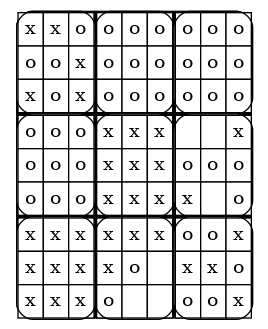
Earlier version of the Graphviz export output.png (JetMagpie/FilRouge_Super_Morpion). Its source is kept beside it as output.dot.
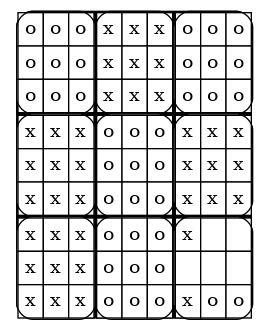
Later version of the same file.

Change to the diagram source:
```diff
@@ -2,62 +2,6 @@
   node [shape=none];
   a0 [label=<
   <TABLE border="0" cellspacing="0" cellpadding="0" style="rounded" bgcolor="black">
-    <TR>
-      <TD><TABLE border="1" cellspacing="0" cellpadding="4" style="rounded" bgcolor="white">
-  <TR>
-<TD bgcolor="white">x</TD>
-<TD bgcolor="white">x</TD>
-<TD bgcolor="white">o</TD>
-  </TR>
-  <TR>
-<TD bgcolor="white">o</TD>
-<TD bgcolor="white">o</TD>
-<TD bgcolor="white">x</TD>
-  </TR>
-  <TR>
-<TD bgcolor="white">x</TD>
-<TD bgcolor="white">o</TD>
-<TD bgcolor="white">x</TD>
-  </TR>
-</TABLE>
-</TD>
-      <TD><TABLE border="1" cellspacing="0" cellpadding="4" style="rounded" bgcolor="white">
-  <TR>
-<TD bgcolor="white">o</TD>
-<TD bgcolor="white">o</TD>
-<TD bgcolor="white">o</TD>
-  </TR>
-  <TR>
-<TD bgcolor="white">o</TD>
-<TD bgcolor="white">o</TD>
-<TD bgcolor="white">o</TD>
-  </TR>
-  <TR>
-<TD bgcolor="white">o</TD>
-<TD bgcolor="white">o</TD>
-<TD bgcolor="white">o</TD>
-  </TR>
-</TABLE>
-</TD>
-      <TD><TABLE border="1" cellspacing="0" cellpadding="4" style="rounded" bgcolor="white">
-  <TR>
-<TD bgcolor="white">o</TD>
-<TD bgcolor="white">o</TD>
-<TD bgcolor="white">o</TD>
-  </TR>
-  <TR>
-<TD bgcolor="white">o</TD>
-<TD bgcolor="white">o</TD>
-<TD bgcolor="white">o</TD>
-  </TR>
-  <TR>
-<TD bgcolor="white">o</TD>
-<TD bgcolor="white">o</TD>
-<TD bgcolor="white">o</TD>
-  </TR>
-</TABLE>
-</TD>
-    </TR>
     <TR>
       <TD><TABLE border="1" cellspacing="0" cellpadding="4" style="rounded" bgcolor="white">
   <TR>
@@ -97,9 +41,9 @@
 </TD>
       <TD><TABLE border="1" cellspacing="0" cellpadding="4" style="rounded" bgcolor="white">
   <TR>
-<TD bgcolor="white"> </TD>
-<TD bgcolor="white"> </TD>
-<TD bgcolor="white">x</TD>
+<TD bgcolor="white">o</TD>
+<TD bgcolor="white">o</TD>
+<TD bgcolor="white">o</TD>
   </TR>
   <TR>
 <TD bgcolor="white">o</TD>
@@ -107,8 +51,8 @@
 <TD bgcolor="white">o</TD>
   </TR>
   <TR>
-<TD bgcolor="white">x</TD>
-<TD bgcolor="white"> </TD>
+<TD bgcolor="white">o</TD>
+<TD bgcolor="white">o</TD>
 <TD bgcolor="white">o</TD>
   </TR>
 </TABLE>
@@ -135,19 +79,57 @@
 </TD>
       <TD><TABLE border="1" cellspacing="0" cellpadding="4" style="rounded" bgcolor="white">
   <TR>
+<TD bgcolor="white">o</TD>
+<TD bgcolor="white">o</TD>
+<TD bgcolor="white">o</TD>
+  </TR>
+  <TR>
+<TD bgcolor="white">o</TD>
+<TD bgcolor="white">o</TD>
+<TD bgcolor="white">o</TD>
+  </TR>
+  <TR>
+<TD bgcolor="white">o</TD>
+<TD bgcolor="white">o</TD>
+<TD bgcolor="white">o</TD>
+  </TR>
+</TABLE>
+</TD>
+      <TD><TABLE border="1" cellspacing="0" cellpadding="4" style="rounded" bgcolor="white">
+  <TR>
 <TD bgcolor="white">x</TD>
 <TD bgcolor="white">x</TD>
 <TD bgcolor="white">x</TD>
   </TR>
   <TR>
 <TD bgcolor="white">x</TD>
-<TD bgcolor="white">o</TD>
-<TD bgcolor="white"> </TD>
+<TD bgcolor="white">x</TD>
+<TD bgcolor="white">x</TD>
   </TR>
   <TR>
-<TD bgcolor="white">o</TD>
-<TD bgcolor="white"> </TD>
-<TD bgcolor="white"> </TD>
+<TD bgcolor="white">x</TD>
+<TD bgcolor="white">x</TD>
+<TD bgcolor="white">x</TD>
+  </TR>
+</TABLE>
+</TD>
+    </TR>
+    <TR>
+      <TD><TABLE border="1" cellspacing="0" cellpadding="4" style="rounded" bgcolor="white">
+  <TR>
+<TD bgcolor="white">x</TD>
+<TD bgcolor="white">x</TD>
+<TD bgcolor="white">x</TD>
+  </TR>
+  <TR>
+<TD bgcolor="white">x</TD>
+<TD bgcolor="white">x</TD>
+<TD bgcolor="white">x</TD>
+  </TR>
+  <TR>
+<TD bgcolor="white">x</TD>
+<TD bgcolor="white">x</TD>
+<TD bgcolor="white">x</TD>
   </TR>
 </TABLE>
 </TD>
@@ -155,17 +137,35 @@
   <TR>
 <TD bgcolor="white">o</TD>
 <TD bgcolor="white">o</TD>
-<TD bgcolor="white">x</TD>
-  </TR>
-  <TR>
-<TD bgcolor="white">x</TD>
-<TD bgcolor="white">x</TD>
 <TD bgcolor="white">o</TD>
   </TR>
   <TR>
 <TD bgcolor="white">o</TD>
 <TD bgcolor="white">o</TD>
+<TD bgcolor="white">o</TD>
+  </TR>
+  <TR>
+<TD bgcolor="white">o</TD>
+<TD bgcolor="white">o</TD>
+<TD bgcolor="white">o</TD>
+  </TR>
+</TABLE>
+</TD>
+      <TD><TABLE border="1" cellspacing="0" cellpadding="4" style="rounded" bgcolor="white">
+  <TR>
 <TD bgcolor="white">x</TD>
+<TD bgcolor="white"> </TD>
+<TD bgcolor="white"> </TD>
+  </TR>
+  <TR>
+<TD bgcolor="white"> </TD>
+<TD bgcolor="white"> </TD>
+<TD bgcolor="white"> </TD>
+  </TR>
+  <TR>
+<TD bgcolor="white">x</TD>
+<TD bgcolor="white">o</TD>
+<TD bgcolor="white">o</TD>
   </TR>
 </TABLE>
 </TD>
```
